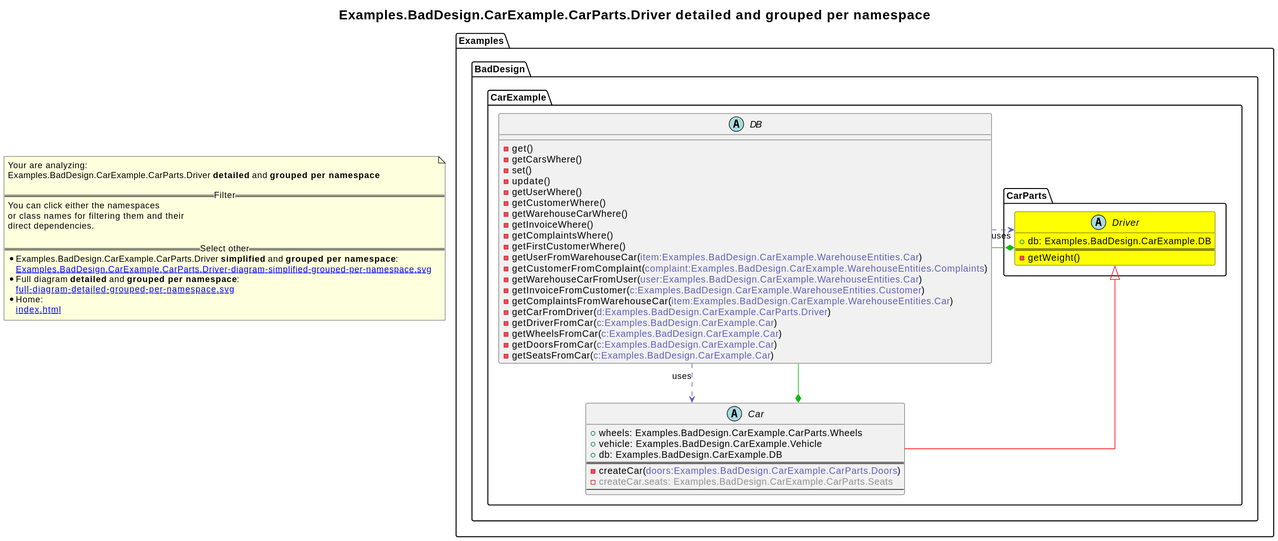
2BlackCoffees/revenger keeps this PlantUML diagram as revenger-csharp-adapter.out/Examples.BadDesign.CarExample.CarParts.Driver-diagram-detailed-grouped-per-namespace.svg. Above is the earlier version.
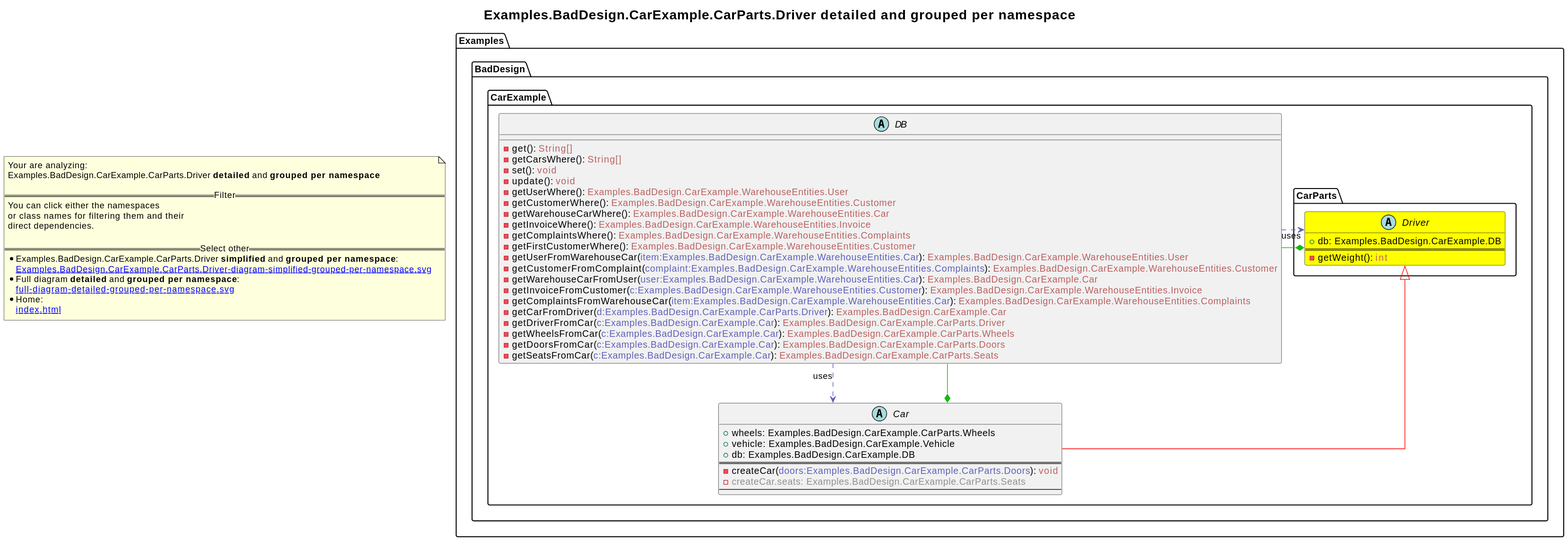
After the change.

The edit, as a diff of the source:
```diff
@@ -6,33 +6,33 @@
 namespace Examples.BadDesign [[Examples.BadDesign-diagram-detailed-grouped-per-namespace.svg]] {
 namespace Examples.BadDesign.CarExample [[Examples.BadDesign.CarExample-diagram-detailed-grouped-per-namespace.svg]] {
     abstract class Examples.BadDesign.CarExample.DB [[Examples.BadDesign.CarExample.DB-diagram-detailed-grouped-per-namespace.svg]]  {
-      - get(<font color="6060BB"></font>)
-      - getCarsWhere(<font color="6060BB"></font>)
-      - set(<font color="6060BB"></font>)
-      - update(<font color="6060BB"></font>)
-      - getUserWhere(<font color="6060BB"></font>)
-      - getCustomerWhere(<font color="6060BB"></font>)
-      - getWarehouseCarWhere(<font color="6060BB"></font>)
-      - getInvoiceWhere(<font color="6060BB"></font>)
-      - getComplaintsWhere(<font color="6060BB"></font>)
-      - getFirstCustomerWhere(<font color="6060BB"></font>)
-      - getUserFromWarehouseCar(<font color="6060BB">item:Examples.BadDesign.CarExample.WarehouseEntities.Car</font>)
-      - getCustomerFromComplaint(<font color="6060BB">complaint:Examples.BadDesign.CarExample.WarehouseEntities.Complaints</font>)
-      - getWarehouseCarFromUser(<font color="6060BB">user:Examples.BadDesign.CarExample.WarehouseEntities.Car</font>)
-      - getInvoiceFromCustomer(<font color="6060BB">c:Examples.BadDesign.CarExample.WarehouseEntities.Customer</font>)
-      - getComplaintsFromWarehouseCar(<font color="6060BB">item:Examples.BadDesign.CarExample.WarehouseEntities.Car</font>)
-      - getCarFromDriver(<font color="6060BB">d:Examples.BadDesign.CarExample.CarParts.Driver</font>)
-      - getDriverFromCar(<font color="6060BB">c:Examples.BadDesign.CarExample.Car</font>)
-      - getWheelsFromCar(<font color="6060BB">c:Examples.BadDesign.CarExample.Car</font>)
-      - getDoorsFromCar(<font color="6060BB">c:Examples.BadDesign.CarExample.Car</font>)
-      - getSeatsFromCar(<font color="6060BB">c:Examples.BadDesign.CarExample.Car</font>)
+      - get(<font color="6060BB"></font>): <font color="BB6060">String[]</font>
+      - getCarsWhere(<font color="6060BB"></font>): <font color="BB6060">String[]</font>
+      - set(<font color="6060BB"></font>): <font color="BB6060">void</font>
+      - update(<font color="6060BB"></font>): <font color="BB6060">void</font>
+      - getUserWhere(<font color="6060BB"></font>): <font color="BB6060">Examples.BadDesign.CarExample.WarehouseEntities.User</font>
+      - getCustomerWhere(<font color="6060BB"></font>): <font color="BB6060">Examples.BadDesign.CarExample.WarehouseEntities.Customer</font>
+      - getWarehouseCarWhere(<font color="6060BB"></font>): <font color="BB6060">Examples.BadDesign.CarExample.WarehouseEntities.Car</font>
+      - getInvoiceWhere(<font color="6060BB"></font>): <font color="BB6060">Examples.BadDesign.CarExample.WarehouseEntities.Invoice</font>
+      - getComplaintsWhere(<font color="6060BB"></font>): <font color="BB6060">Examples.BadDesign.CarExample.WarehouseEntities.Complaints</font>
+      - getFirstCustomerWhere(<font color="6060BB"></font>): <font color="BB6060">Examples.BadDesign.CarExample.WarehouseEntities.Customer</font>
+      - getUserFromWarehouseCar(<font color="6060BB">item:Examples.BadDesign.CarExample.WarehouseEntities.Car</font>): <font color="BB6060">Examples.BadDesign.CarExample.WarehouseEntities.User</font>
+      - getCustomerFromComplaint(<font color="6060BB">complaint:Examples.BadDesign.CarExample.WarehouseEntities.Complaints</font>): <font color="BB6060">Examples.BadDesign.CarExample.WarehouseEntities.Customer</font>
+      - getWarehouseCarFromUser(<font color="6060BB">user:Examples.BadDesign.CarExample.WarehouseEntities.Car</font>): <font color="BB6060">Examples.BadDesign.CarExample.Car</font>
+      - getInvoiceFromCustomer(<font color="6060BB">c:Examples.BadDesign.CarExample.WarehouseEntities.Customer</font>): <font color="BB6060">Examples.BadDesign.CarExample.WarehouseEntities.Invoice</font>
+      - getComplaintsFromWarehouseCar(<font color="6060BB">item:Examples.BadDesign.CarExample.WarehouseEntities.Car</font>): <font color="BB6060">Examples.BadDesign.CarExample.WarehouseEntities.Complaints</font>
+      - getCarFromDriver(<font color="6060BB">d:Examples.BadDesign.CarExample.CarParts.Driver</font>): <font color="BB6060">Examples.BadDesign.CarExample.Car</font>
+      - getDriverFromCar(<font color="6060BB">c:Examples.BadDesign.CarExample.Car</font>): <font color="BB6060">Examples.BadDesign.CarExample.CarParts.Driver</font>
+      - getWheelsFromCar(<font color="6060BB">c:Examples.BadDesign.CarExample.Car</font>): <font color="BB6060">Examples.BadDesign.CarExample.CarParts.Wheels</font>
+      - getDoorsFromCar(<font color="6060BB">c:Examples.BadDesign.CarExample.Car</font>): <font color="BB6060">Examples.BadDesign.CarExample.CarParts.Doors</font>
+      - getSeatsFromCar(<font color="6060BB">c:Examples.BadDesign.CarExample.Car</font>): <font color="BB6060">Examples.BadDesign.CarExample.CarParts.Seats</font>
     }
     abstract class Examples.BadDesign.CarExample.Car [[Examples.BadDesign.CarExample.Car-diagram-detailed-grouped-per-namespace.svg]]  {
       + wheels: Examples.BadDesign.CarExample.CarParts.Wheels
       + vehicle: Examples.BadDesign.CarExample.Vehicle
       + db: Examples.BadDesign.CarExample.DB
 ==
-      - createCar(<font color="6060BB">doors:Examples.BadDesign.CarExample.CarParts.Doors</font>)
+      - createCar(<font color="6060BB">doors:Examples.BadDesign.CarExample.CarParts.Doors</font>): <font color="BB6060">void</font>
       - <font color="909090">createCar.seats: Examples.BadDesign.CarExample.CarParts.Seats</font>
 --
     }
@@ -46,14 +46,14 @@
       abstract class Examples.BadDesign.CarExample.CarParts.Driver [[Examples.BadDesign.CarExample.CarParts.Driver-diagram-detailed-grouped-per-namespace.svg]] #yellow {
         + db: Examples.BadDesign.CarExample.DB
 ==
-        - getWeight(<font color="6060BB"></font>)
+        - getWeight(<font color="6060BB"></font>): <font color="BB6060">int</font>
       }
 }
 }
 }
 }
+Examples.BadDesign.CarExample.DB .[#6060BB].> Examples.BadDesign.CarExample.Car  : uses
 Examples.BadDesign.CarExample.DB .[#6060BB].> Examples.BadDesign.CarExample.CarParts.Driver  : uses
-Examples.BadDesign.CarExample.DB .[#6060BB].> Examples.BadDesign.CarExample.Car  : uses
 Examples.BadDesign.CarExample.CarParts.Driver <|-[#red]- Examples.BadDesign.CarExample.Car
 Examples.BadDesign.CarExample.Car *-[#10BB10]- Examples.BadDesign.CarExample.DB
 Examples.BadDesign.CarExample.CarParts.Driver *-[#10BB10]- Examples.BadDesign.CarExample.DB
```
